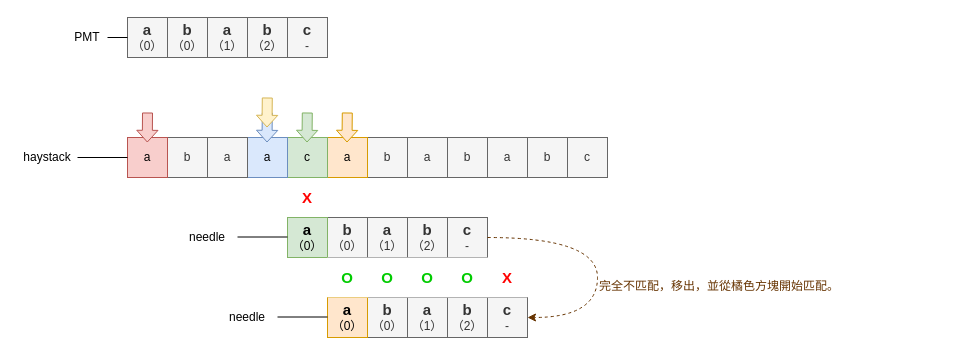
Earlier version of the draw.io diagram page "第 13 页" (13 of 14) of docs/0028_find_the_index_of_the_first_occurrence_in_a_string.drawio (rickbsr/example-leetcode). Source tidied: cells renumbered, new cells numbered last; positions are measured from the earlier drawing's top-left corner, leaving out a move shared by most shapes. Both pictures are drawn from the tidied source at 100%, with x=0, y=0 at pixel (17, 17).
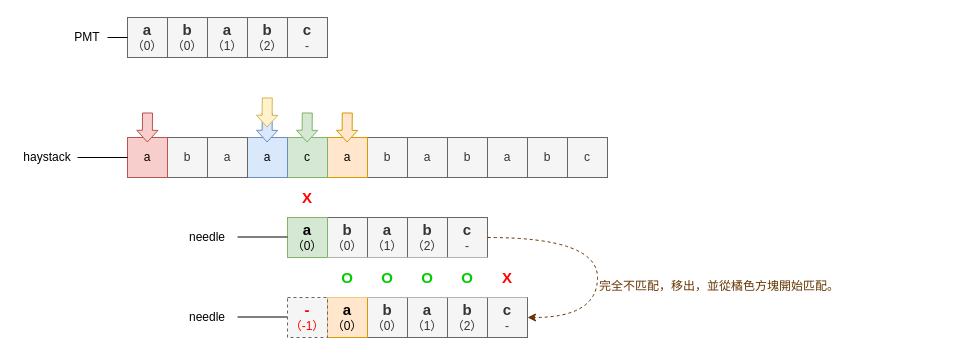
The same page after the edit.

Change to the diagram source:
```diff
@@
     <mxCell id="40" value="needle" style="text;html=1;strokeColor=none;fillColor=none;align=center;verticalAlign=middle;whiteSpace=wrap;rounded=0;" parent="1" vertex="1">
-      <mxGeometry x="200" y="285" width="60" height="30" as="geometry" />
+      <mxGeometry x="160" y="285" width="60" height="30" as="geometry" />
     </mxCell>
     <mxCell id="41" style="edgeStyle=orthogonalEdgeStyle;rounded=0;orthogonalLoop=1;jettySize=auto;html=1;exitX=1;exitY=0.5;exitDx=0;exitDy=0;entryX=0;entryY=0.5;entryDx=0;entryDy=0;endArrow=none;endFill=0;" parent="1" edge="1">
       <mxGeometry relative="1" as="geometry">
-        <mxPoint x="260" y="299.5" as="sourcePoint" />
-        <mxPoint x="310" y="299.5" as="targetPoint" />
+        <mxPoint x="220" y="299.5" as="sourcePoint" />
+        <mxPoint x="270" y="299.5" as="targetPoint" />
       </mxGeometry>
     </mxCell>
@@
+    <mxCell id="50" value="&lt;font color=&quot;#ff0000&quot;&gt;&lt;span style=&quot;font-size: 15px;&quot;&gt;&lt;b&gt;-&lt;/b&gt;&lt;/span&gt;&lt;br&gt;（-1）&lt;/font&gt;" style="rounded=0;whiteSpace=wrap;html=1;fillColor=#f5f5f5;fontColor=#333333;strokeColor=#666666;dashed=1;" parent="1" vertex="1">
+      <mxGeometry x="270" y="280" width="40" height="40" as="geometry" />
+    </mxCell>
```
